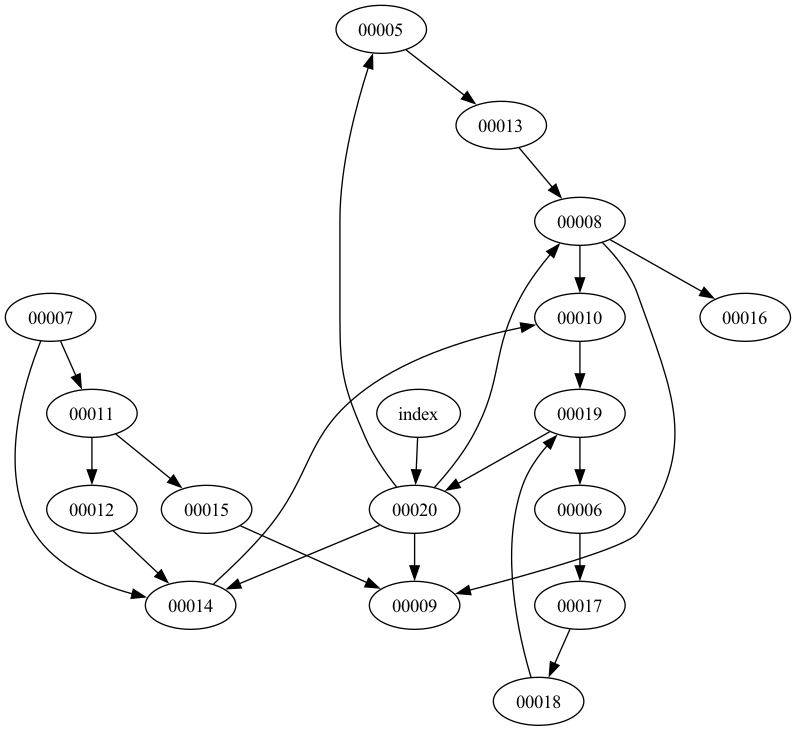
The Graphviz diagram zine_graph.png in kvnchpl/jungle, before a commit. Its source is kept beside it as zine_graph.dot.
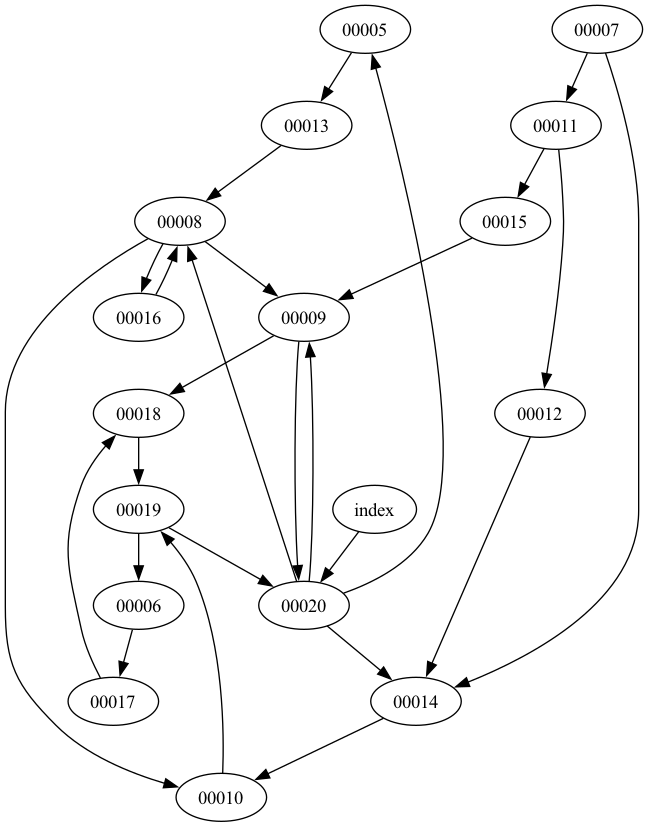
The same diagram one commit later.

Diff of the diagram source:
```diff
@@ -20,6 +20,7 @@
     "00020" -> "00005";
     "00020" -> "00008";
     "00020" -> "00014";
+    "00016" -> "00008";
     "00017" -> "00018";
     "00010" -> "00019";
     "00006" -> "00017";
@@ -31,6 +32,8 @@
     "00008" -> "00016";
     "00008" -> "00009";
     "00008" -> "00010";
+    "00009" -> "00020";
+    "00009" -> "00018";
     "00013" -> "00008";
     "00005" -> "00013";
     "00018" -> "00019";
```
